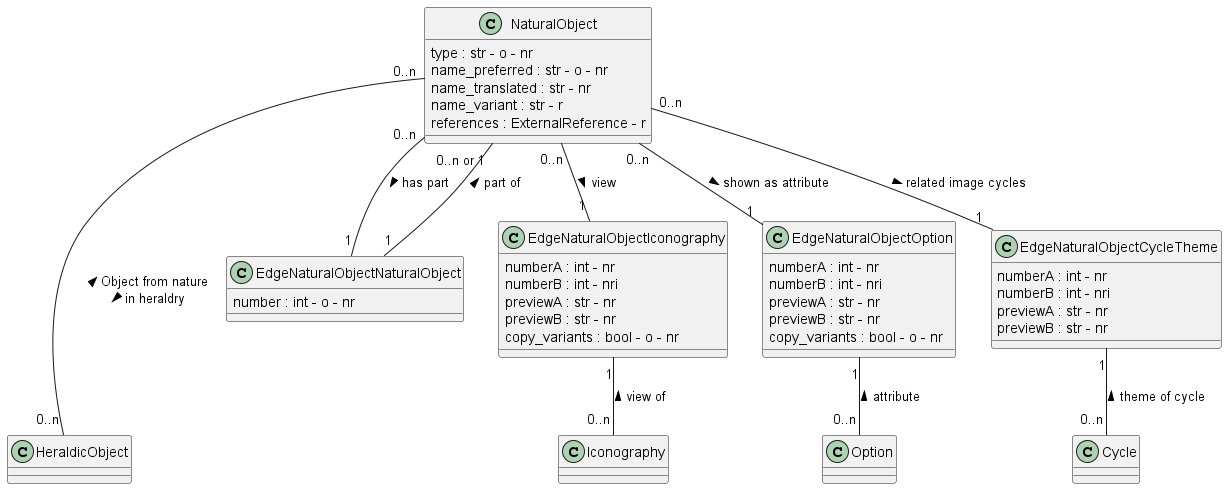
tmasch/bpf_be keeps this PlantUML diagram as documentation/class_diagrams/NaturalObject.png. Above is the earlier version. The source it was exported from:
```plantuml
@startuml  NaturalObject
class NaturalObject
NaturalObject : type : str - o - nr
NaturalObject : name_preferred : str - o - nr
NaturalObject : name_translated : str - nr
NaturalObject : name_variant : str - r
NaturalObject : references : ExternalReference - r

class Iconography

class Option

class Cycle

class HeraldicObject

class EdgeNaturalObjectNaturalObject
EdgeNaturalObjectNaturalObject : number : int - o - nr

class EdgeNaturalObjectIconography
EdgeNaturalObjectIconography : numberA : int - nr
EdgeNaturalObjectIconography : numberB : int - nri
EdgeNaturalObjectIconography : previewA : str - nr
EdgeNaturalObjectIconography : previewB : str - nr
EdgeNaturalObjectIconography : copy_variants : bool - o - nr

class EdgeNaturalObjectOption
EdgeNaturalObjectOption : numberA : int - nr
EdgeNaturalObjectOption : numberB : int - nri
EdgeNaturalObjectOption : previewA : str - nr
EdgeNaturalObjectOption : previewB : str - nr
EdgeNaturalObjectOption : copy_variants : bool - o - nr

class EdgeNaturalObjectCycleTheme
EdgeNaturalObjectCycleTheme : numberA : int - nr
EdgeNaturalObjectCycleTheme : numberB : int - nri
EdgeNaturalObjectCycleTheme : previewA : str - nr
EdgeNaturalObjectCycleTheme : previewB : str - nr


NaturalObject "0..n" -- "1" EdgeNaturalObjectNaturalObject : has part >
EdgeNaturalObjectNaturalObject "1" -- "0..n or 1" NaturalObject: part of >

NaturalObject "0..n" -- "1" EdgeNaturalObjectIconography : view >
EdgeNaturalObjectIconography "1" -- "0..n" Iconography : view of <

NaturalObject "0..n" -- "1" EdgeNaturalObjectOption : shown as attribute >
EdgeNaturalObjectOption "1" -- "0..n" Option : attribute <

NaturalObject "0..n" -- "1" EdgeNaturalObjectCycleTheme : related image cycles >
EdgeNaturalObjectCycleTheme "1" -- "0..n" Cycle : theme of cycle <

NaturalObject "0..n" --- "0..n" HeraldicObject: < Object from nature \n in heraldry >

@enduml
```
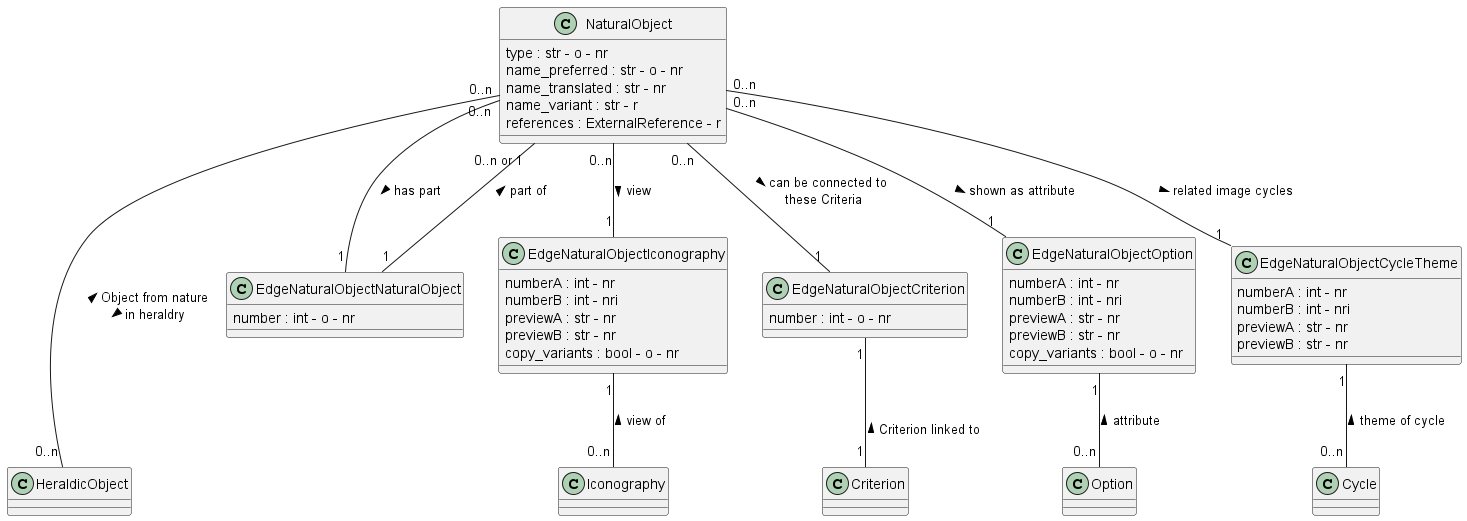
Later version of the same file.

What changed in the source:
```diff
@@ -7,6 +7,8 @@
 NaturalObject : references : ExternalReference - r
 
 class Iconography
+
+class Criterion
 
 class Option
 
@@ -23,6 +25,9 @@
 EdgeNaturalObjectIconography : previewA : str - nr
 EdgeNaturalObjectIconography : previewB : str - nr
 EdgeNaturalObjectIconography : copy_variants : bool - o - nr
+
+class EdgeNaturalObjectCriterion
+EdgeNaturalObjectCriterion : number : int - o - nr
 
 class EdgeNaturalObjectOption
 EdgeNaturalObjectOption : numberA : int - nr
@@ -44,6 +49,9 @@
 NaturalObject "0..n" -- "1" EdgeNaturalObjectIconography : view >
 EdgeNaturalObjectIconography "1" -- "0..n" Iconography : view of <
 
+NaturalObject "0..n" -- "1" EdgeNaturalObjectCriterion : > can be connected to \n these Criteria
+EdgeNaturalObjectCriterion "1" -- "1" Criterion : \n Criterion linked to <
+
 NaturalObject "0..n" -- "1" EdgeNaturalObjectOption : shown as attribute >
 EdgeNaturalObjectOption "1" -- "0..n" Option : attribute <
 
```
